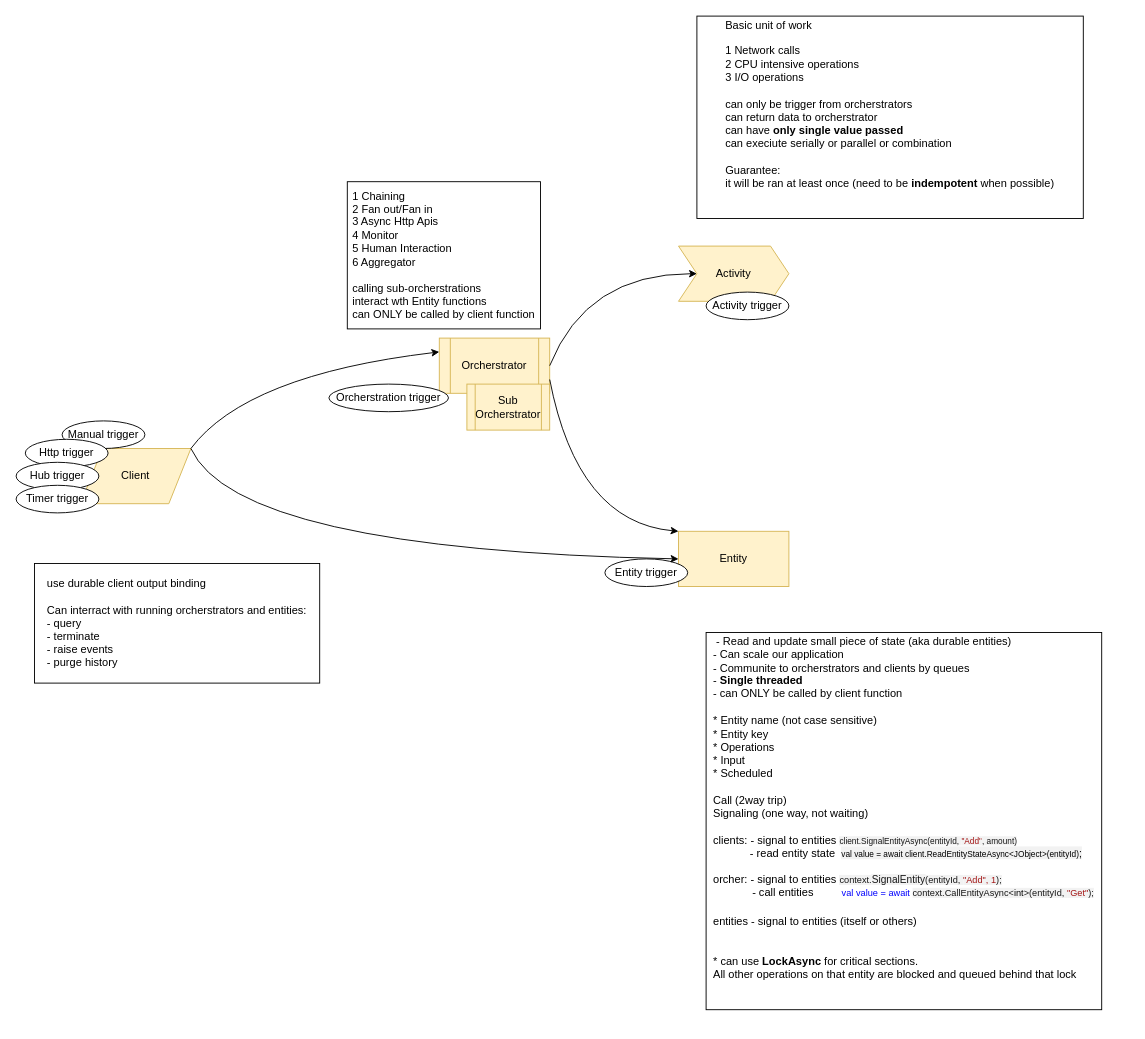
Before: page "Durable Functions" (3 of 4) of docs/AdaPhotoDiagram.drawio in miticv/CloudFiles, a draw.io diagram. Source tidied: cells renumbered, new cells numbered last; positions are measured from the earlier drawing's top-left corner, leaving out a move shared by most shapes. Both pictures are drawn from the tidied source at 92%, with x=0, y=0 at pixel (16, 16).
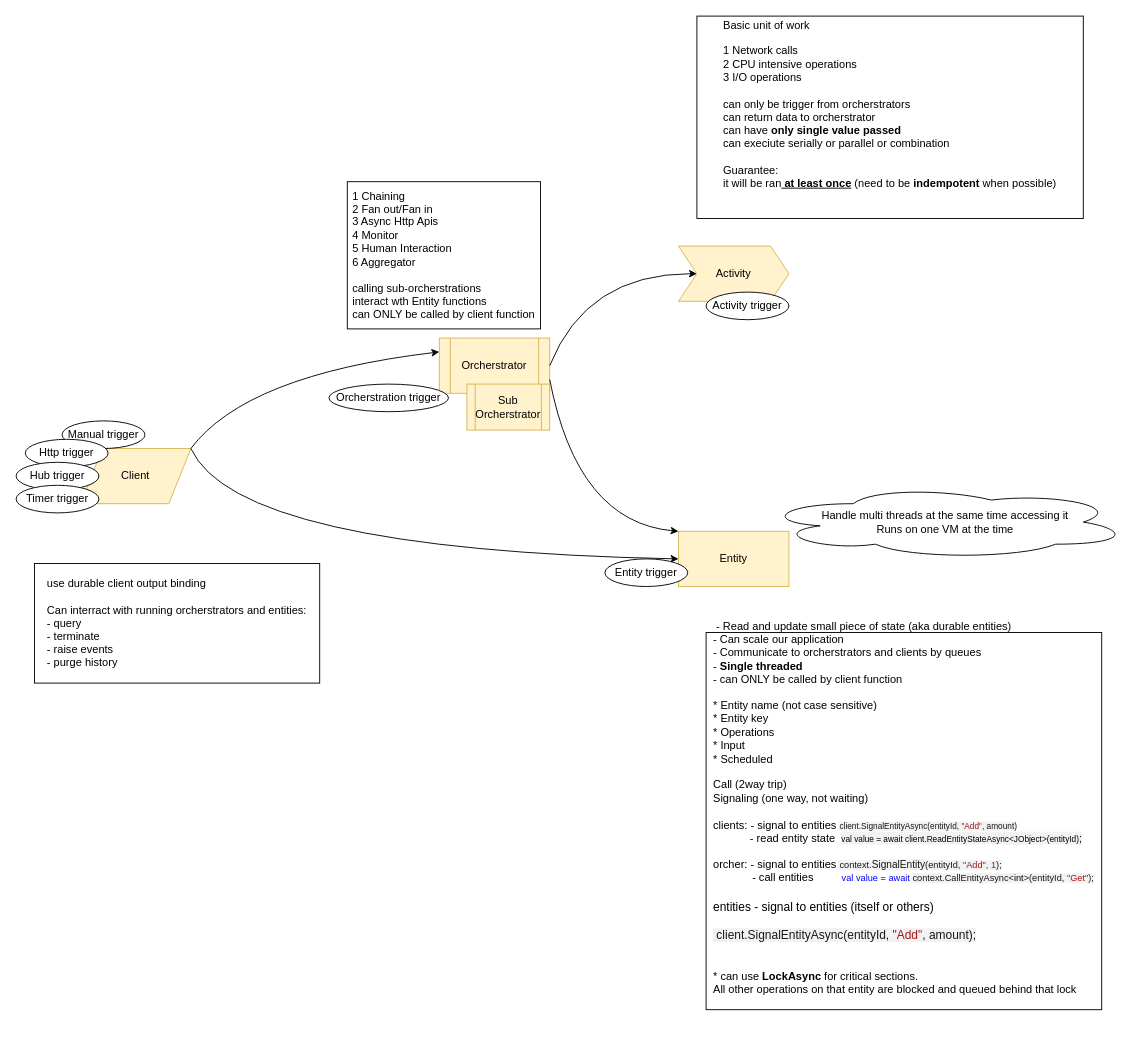
The same page after the edit.

Diff of the diagram source:
```diff
@@
-    <mxCell id="7" value="&lt;div style=&quot;text-align: left&quot;&gt;Basic unit of work&lt;/div&gt;&lt;div style=&quot;text-align: left&quot;&gt;&lt;br&gt;&lt;/div&gt;&lt;div style=&quot;text-align: left&quot;&gt;1 Network calls&lt;/div&gt;&lt;div style=&quot;text-align: left&quot;&gt;2 CPU intensive operations&lt;/div&gt;&lt;div style=&quot;text-align: left&quot;&gt;3 I/O operations&lt;/div&gt;&lt;div style=&quot;text-align: left&quot;&gt;&lt;br&gt;&lt;/div&gt;&lt;div style=&quot;text-align: left&quot;&gt;can only be trigger from orcherstrators&lt;/div&gt;&lt;div style=&quot;text-align: left&quot;&gt;can return data to orcherstrator&lt;/div&gt;&lt;div style=&quot;text-align: left&quot;&gt;can have &lt;b&gt;only single value passed&lt;/b&gt;&lt;/div&gt;&lt;div style=&quot;text-align: left&quot;&gt;can execiute serially or parallel or combination&lt;/div&gt;&lt;div style=&quot;text-align: left&quot;&gt;&lt;br&gt;&lt;/div&gt;&lt;div style=&quot;text-align: left&quot;&gt;Guarantee:&lt;/div&gt;&lt;div style=&quot;text-align: left&quot;&gt;it will be ran at least once (need to be &lt;b&gt;indempotent&lt;/b&gt; when possible)&lt;/div&gt;&lt;div style=&quot;text-align: left&quot;&gt;&lt;br&gt;&lt;/div&gt;&lt;div style=&quot;text-align: left&quot;&gt;&lt;br&gt;&lt;/div&gt;" style="rounded=0;whiteSpace=wrap;html=1;" parent="1" vertex="1">
+    <mxCell id="7" value="&lt;div style=&quot;text-align: left&quot;&gt;Basic unit of work&lt;/div&gt;&lt;div style=&quot;text-align: left&quot;&gt;&lt;br&gt;&lt;/div&gt;&lt;div style=&quot;text-align: left&quot;&gt;1 Network calls&lt;/div&gt;&lt;div style=&quot;text-align: left&quot;&gt;2 CPU intensive operations&lt;/div&gt;&lt;div style=&quot;text-align: left&quot;&gt;3 I/O operations&lt;/div&gt;&lt;div style=&quot;text-align: left&quot;&gt;&lt;br&gt;&lt;/div&gt;&lt;div style=&quot;text-align: left&quot;&gt;can only be trigger from orcherstrators&lt;/div&gt;&lt;div style=&quot;text-align: left&quot;&gt;can return data to orcherstrator&lt;/div&gt;&lt;div style=&quot;text-align: left&quot;&gt;can have &lt;b&gt;only single value passed&lt;/b&gt;&lt;/div&gt;&lt;div style=&quot;text-align: left&quot;&gt;can execiute serially or parallel or combination&lt;/div&gt;&lt;div style=&quot;text-align: left&quot;&gt;&lt;br&gt;&lt;/div&gt;&lt;div style=&quot;text-align: left&quot;&gt;Guarantee:&lt;/div&gt;&lt;div style=&quot;text-align: left&quot;&gt;it will be ran&lt;b&gt;&lt;u&gt; at least once&lt;/u&gt;&lt;/b&gt; (need to be &lt;b&gt;indempotent&lt;/b&gt; when possible)&lt;/div&gt;&lt;div style=&quot;text-align: left&quot;&gt;&lt;br&gt;&lt;/div&gt;&lt;div style=&quot;text-align: left&quot;&gt;&lt;br&gt;&lt;/div&gt;" style="rounded=0;whiteSpace=wrap;html=1;" parent="1" vertex="1">
       <mxGeometry x="740" width="420" height="220" as="geometry" />
     </mxCell>
@@
-    <mxCell id="9" value="&lt;div style=&quot;text-align: left&quot;&gt;&amp;nbsp;- Read and update small piece of state&amp;nbsp;&lt;span&gt;(aka durable entities)&lt;/span&gt;&lt;/div&gt;&lt;div style=&quot;text-align: left&quot;&gt;- Can scale our application&lt;/div&gt;&lt;div style=&quot;text-align: left&quot;&gt;- Communite to orcherstrators and clients by queues&lt;/div&gt;&lt;div style=&quot;text-align: left&quot;&gt;- &lt;b&gt;Single threaded&lt;/b&gt;&lt;/div&gt;&lt;div style=&quot;text-align: left&quot;&gt;- can ONLY be called by client function&lt;b&gt;&lt;br&gt;&lt;/b&gt;&lt;/div&gt;&lt;div style=&quot;text-align: left&quot;&gt;&lt;br&gt;&lt;/div&gt;&lt;div style=&quot;text-align: left&quot;&gt;* Entity name (not case sensitive)&lt;/div&gt;&lt;div style=&quot;text-align: left&quot;&gt;* Entity key&lt;/div&gt;&lt;div style=&quot;text-align: left&quot;&gt;* Operations&lt;/div&gt;&lt;div style=&quot;text-align: left&quot;&gt;* Input&lt;br&gt;* Scheduled&lt;/div&gt;&lt;div style=&quot;text-align: left&quot;&gt;&lt;br&gt;&lt;/div&gt;&lt;div style=&quot;text-align: left&quot;&gt;Call (2way trip)&lt;/div&gt;&lt;div style=&quot;text-align: left&quot;&gt;Signaling (one way, not waiting)&lt;/div&gt;&lt;div style=&quot;text-align: left&quot;&gt;&lt;br&gt;&lt;/div&gt;&lt;div style=&quot;text-align: left&quot;&gt;clients: - signal to entities&amp;nbsp;&lt;span style=&quot;font-size: 9px ; color: rgb(23 , 23 , 23) ; white-space: pre ; background-color: rgb(242 , 242 , 242)&quot;&gt;client.SignalEntityAsync(entityId, &lt;/span&gt;&lt;span class=&quot;hljs-string&quot; style=&quot;font-size: 9px ; box-sizing: inherit ; outline-color: inherit ; color: rgb(163 , 21 , 21) ; white-space: pre ; background-color: rgb(242 , 242 , 242)&quot;&gt;&quot;Add&quot;&lt;/span&gt;&lt;span style=&quot;font-size: 9px ; color: rgb(23 , 23 , 23) ; white-space: pre ; background-color: rgb(242 , 242 , 242)&quot;&gt;, amount)&lt;/span&gt;&lt;/div&gt;&lt;div style=&quot;text-align: left&quot;&gt;&amp;nbsp; &amp;nbsp; &amp;nbsp; &amp;nbsp; &amp;nbsp; &amp;nbsp; - read entity state&amp;nbsp; &lt;span style=&quot;background-color: rgb(242 , 242 , 242) ; white-space: pre&quot;&gt;&lt;font style=&quot;font-size: 9px&quot;&gt;val value = await client.ReadEntityStateAsync&amp;lt;JObject&amp;gt;(entityId)&lt;/font&gt;&lt;span style=&quot;font-size: 11px&quot;&gt;;&lt;/span&gt;&lt;/span&gt;&lt;/div&gt;&lt;div style=&quot;text-align: left&quot;&gt;&lt;br&gt;&lt;/div&gt;&lt;div style=&quot;text-align: left&quot;&gt;orcher: - signal to entities&amp;nbsp;&lt;span style=&quot;font-size: 10px ; color: rgb(23 , 23 , 23) ; white-space: pre ; background-color: rgb(242 , 242 , 242)&quot;&gt;context.&lt;/span&gt;&lt;span style=&quot;color: rgb(23 , 23 , 23) ; font-family: , &amp;#34;consolas&amp;#34; , &amp;#34;liberation mono&amp;#34; , &amp;#34;menlo&amp;#34; , &amp;#34;courier&amp;#34; , monospace ; font-size: 11px ; text-align: center ; white-space: pre ; background-color: rgb(242 , 242 , 242)&quot;&gt;SignalEntity&lt;/span&gt;&lt;span style=&quot;font-size: 10px ; color: rgb(23 , 23 , 23) ; white-space: pre ; background-color: rgb(242 , 242 , 242)&quot;&gt;(entityId, &lt;/span&gt;&lt;span class=&quot;hljs-string&quot; style=&quot;font-size: 10px ; box-sizing: inherit ; outline-color: inherit ; color: rgb(163 , 21 , 21) ; white-space: pre ; background-color: rgb(242 , 242 , 242)&quot;&gt;&quot;Add&quot;, 1&lt;/span&gt;&lt;span style=&quot;font-size: 10px ; color: rgb(23 , 23 , 23) ; white-space: pre ; background-color: rgb(242 , 242 , 242)&quot;&gt;);&lt;/span&gt;&lt;/div&gt;&lt;div style=&quot;text-align: left&quot;&gt;&lt;span style=&quot;font-size: 10px&quot;&gt;&amp;nbsp; &amp;nbsp; &amp;nbsp; &amp;nbsp; &amp;nbsp; &amp;nbsp;&amp;nbsp;&lt;/span&gt;&lt;font style=&quot;font-size: 11px&quot;&gt;&amp;nbsp; &amp;nbsp;&lt;/font&gt;&lt;font style=&quot;font-size: 12px&quot;&gt;- call entities&amp;nbsp; &amp;nbsp; &amp;nbsp;&lt;/font&gt;&lt;span style=&quot;font-size: 10px&quot;&gt;&amp;nbsp; &amp;nbsp;&lt;font color=&quot;#0101fd&quot;&gt;&amp;nbsp; val value = await&amp;nbsp;&lt;/font&gt;&lt;/span&gt;&lt;span style=&quot;font-size: 10px ; color: rgb(23 , 23 , 23) ; white-space: pre ; background-color: rgb(242 , 242 , 242)&quot;&gt;context.CallEntityAsync&amp;lt;&lt;/span&gt;&lt;span class=&quot;hljs-built_in&quot; style=&quot;font-size: 10px ; box-sizing: inherit ; outline-color: inherit ; white-space: pre ; background-color: rgb(242 , 242 , 242)&quot;&gt;int&lt;/span&gt;&lt;span style=&quot;font-size: 10px ; color: rgb(23 , 23 , 23) ; white-space: pre ; background-color: rgb(242 , 242 , 242)&quot;&gt;&amp;gt;(entityId, &lt;/span&gt;&lt;span class=&quot;hljs-string&quot; style=&quot;font-size: 10px ; box-sizing: inherit ; outline-color: inherit ; color: rgb(163 , 21 , 21) ; white-space: pre ; background-color: rgb(242 , 242 , 242)&quot;&gt;&quot;Get&quot;&lt;/span&gt;&lt;span style=&quot;font-size: 10px ; color: rgb(23 , 23 , 23) ; white-space: pre ; background-color: rgb(242 , 242 , 242)&quot;&gt;);&lt;/span&gt;&lt;/div&gt;&lt;span style=&quot;color: rgb(23 , 23 , 23) ; font-family: , &amp;#34;consolas&amp;#34; , &amp;#34;liberation mono&amp;#34; , &amp;#34;menlo&amp;#34; , &amp;#34;courier&amp;#34; , monospace ; font-size: 14px ; white-space: pre ; background-color: rgb(242 , 242 , 242)&quot;&gt;&lt;br&gt;&lt;/span&gt;&lt;div style=&quot;text-align: left&quot;&gt;&lt;span&gt;entities - signal to entities (itself or others)&lt;/span&gt;&lt;br&gt;&lt;/div&gt;&lt;div style=&quot;text-align: left&quot;&gt;&lt;br&gt;&lt;/div&gt;&lt;div style=&quot;text-align: left&quot;&gt;&lt;br&gt;&lt;/div&gt;&lt;div style=&quot;text-align: left&quot;&gt;* can use &lt;b&gt;LockAsync&lt;/b&gt; for critical sections.&lt;br&gt;All other operations on that entity are blocked and queued behind that lock&lt;/div&gt;&lt;div style=&quot;text-align: left&quot;&gt;&lt;br&gt;&lt;/div&gt;&lt;div style=&quot;text-align: left&quot;&gt;&lt;br&gt;&lt;/div&gt;" style="rounded=0;whiteSpace=wrap;html=1;" parent="1" vertex="1">
+    <mxCell id="9" value="&lt;div style=&quot;text-align: left&quot;&gt;&amp;nbsp;- Read and update small piece of state&amp;nbsp;&lt;span&gt;(aka durable entities)&lt;/span&gt;&lt;/div&gt;&lt;div style=&quot;text-align: left&quot;&gt;- Can scale our application&lt;/div&gt;&lt;div style=&quot;text-align: left&quot;&gt;- Communicate to orcherstrators and clients by queues&lt;/div&gt;&lt;div style=&quot;text-align: left&quot;&gt;- &lt;b&gt;Single threaded&lt;/b&gt;&lt;/div&gt;&lt;div style=&quot;text-align: left&quot;&gt;- can ONLY be called by client function&lt;b&gt;&lt;br&gt;&lt;/b&gt;&lt;/div&gt;&lt;div style=&quot;text-align: left&quot;&gt;&lt;br&gt;&lt;/div&gt;&lt;div style=&quot;text-align: left&quot;&gt;* Entity name (not case sensitive)&lt;/div&gt;&lt;div style=&quot;text-align: left&quot;&gt;* Entity key&lt;/div&gt;&lt;div style=&quot;text-align: left&quot;&gt;* Operations&lt;/div&gt;&lt;div style=&quot;text-align: left&quot;&gt;* Input&lt;br&gt;* Scheduled&lt;/div&gt;&lt;div style=&quot;text-align: left&quot;&gt;&lt;br&gt;&lt;/div&gt;&lt;div style=&quot;text-align: left&quot;&gt;Call (2way trip)&lt;/div&gt;&lt;div style=&quot;text-align: left&quot;&gt;Signaling (one way, not waiting)&lt;/div&gt;&lt;div style=&quot;text-align: left&quot;&gt;&lt;br&gt;&lt;/div&gt;&lt;div style=&quot;text-align: left&quot;&gt;clients: - signal to entities&amp;nbsp;&lt;span style=&quot;font-size: 9px ; color: rgb(23 , 23 , 23) ; white-space: pre ; background-color: rgb(242 , 242 , 242)&quot;&gt;client.SignalEntityAsync(entityId, &lt;/span&gt;&lt;span class=&quot;hljs-string&quot; style=&quot;font-size: 9px ; box-sizing: inherit ; outline-color: inherit ; color: rgb(163 , 21 , 21) ; white-space: pre ; background-color: rgb(242 , 242 , 242)&quot;&gt;&quot;Add&quot;&lt;/span&gt;&lt;span style=&quot;font-size: 9px ; color: rgb(23 , 23 , 23) ; white-space: pre ; background-color: rgb(242 , 242 , 242)&quot;&gt;, amount)&lt;/span&gt;&lt;/div&gt;&lt;div style=&quot;text-align: left&quot;&gt;&amp;nbsp; &amp;nbsp; &amp;nbsp; &amp;nbsp; &amp;nbsp; &amp;nbsp; - read entity state&amp;nbsp; &lt;span style=&quot;background-color: rgb(242 , 242 , 242) ; white-space: pre&quot;&gt;&lt;font style=&quot;font-size: 9px&quot;&gt;val value = await client.ReadEntityStateAsync&amp;lt;JObject&amp;gt;(entityId)&lt;/font&gt;&lt;span style=&quot;font-size: 11px&quot;&gt;;&lt;/span&gt;&lt;/span&gt;&lt;/div&gt;&lt;div style=&quot;text-align: left&quot;&gt;&lt;br&gt;&lt;/div&gt;&lt;div style=&quot;text-align: left&quot;&gt;orcher: - signal to entities&amp;nbsp;&lt;span style=&quot;font-size: 10px ; color: rgb(23 , 23 , 23) ; white-space: pre ; background-color: rgb(242 , 242 , 242)&quot;&gt;context.&lt;/span&gt;&lt;span style=&quot;color: rgb(23 , 23 , 23) ; font-family: , &amp;#34;consolas&amp;#34; , &amp;#34;liberation mono&amp;#34; , &amp;#34;menlo&amp;#34; , &amp;#34;courier&amp;#34; , monospace ; font-size: 11px ; text-align: center ; white-space: pre ; background-color: rgb(242 , 242 , 242)&quot;&gt;SignalEntity&lt;/span&gt;&lt;span style=&quot;font-size: 10px ; color: rgb(23 , 23 , 23) ; white-space: pre ; background-color: rgb(242 , 242 , 242)&quot;&gt;(entityId, &lt;/span&gt;&lt;span class=&quot;hljs-string&quot; style=&quot;font-size: 10px ; box-sizing: inherit ; outline-color: inherit ; color: rgb(163 , 21 , 21) ; white-space: pre ; background-color: rgb(242 , 242 , 242)&quot;&gt;&quot;Add&quot;, 1&lt;/span&gt;&lt;span style=&quot;font-size: 10px ; color: rgb(23 , 23 , 23) ; white-space: pre ; background-color: rgb(242 , 242 , 242)&quot;&gt;);&lt;/span&gt;&lt;/div&gt;&lt;div style=&quot;text-align: left&quot;&gt;&lt;span style=&quot;font-size: 10px&quot;&gt;&amp;nbsp; &amp;nbsp; &amp;nbsp; &amp;nbsp; &amp;nbsp; &amp;nbsp;&amp;nbsp;&lt;/span&gt;&lt;font style=&quot;font-size: 11px&quot;&gt;&amp;nbsp; &amp;nbsp;&lt;/font&gt;&lt;font style=&quot;font-size: 12px&quot;&gt;- call entities&amp;nbsp; &amp;nbsp; &amp;nbsp;&lt;/font&gt;&lt;span style=&quot;font-size: 10px&quot;&gt;&amp;nbsp; &amp;nbsp;&lt;font color=&quot;#0101fd&quot;&gt;&amp;nbsp; val value = await&amp;nbsp;&lt;/font&gt;&lt;/span&gt;&lt;span style=&quot;font-size: 10px ; color: rgb(23 , 23 , 23) ; white-space: pre ; background-color: rgb(242 , 242 , 242)&quot;&gt;context.CallEntityAsync&amp;lt;&lt;/span&gt;&lt;span class=&quot;hljs-built_in&quot; style=&quot;font-size: 10px ; box-sizing: inherit ; outline-color: inherit ; white-space: pre ; background-color: rgb(242 , 242 , 242)&quot;&gt;int&lt;/span&gt;&lt;span style=&quot;font-size: 10px ; color: rgb(23 , 23 , 23) ; white-space: pre ; background-color: rgb(242 , 242 , 242)&quot;&gt;&amp;gt;(entityId, &lt;/span&gt;&lt;span class=&quot;hljs-string&quot; style=&quot;font-size: 10px ; box-sizing: inherit ; outline-color: inherit ; color: rgb(163 , 21 , 21) ; white-space: pre ; background-color: rgb(242 , 242 , 242)&quot;&gt;&quot;Get&quot;&lt;/span&gt;&lt;span style=&quot;font-size: 10px ; color: rgb(23 , 23 , 23) ; white-space: pre ; background-color: rgb(242 , 242 , 242)&quot;&gt;);&lt;/span&gt;&lt;/div&gt;&lt;span style=&quot;color: rgb(23 , 23 , 23) ; font-family: , &amp;#34;consolas&amp;#34; , &amp;#34;liberation mono&amp;#34; , &amp;#34;menlo&amp;#34; , &amp;#34;courier&amp;#34; , monospace ; font-size: 14px ; white-space: pre ; background-color: rgb(242 , 242 , 242)&quot;&gt;&lt;br&gt;&lt;/span&gt;&lt;div style=&quot;text-align: left ; font-size: 13px&quot;&gt;&lt;span&gt;entities - signal to entities (itself or others)&lt;/span&gt;&lt;/div&gt;&lt;div style=&quot;text-align: left ; font-size: 13px&quot;&gt;&lt;span&gt;&lt;br&gt;&lt;/span&gt;&lt;span style=&quot;color: rgb(23 , 23 , 23) ; font-family: , &amp;#34;consolas&amp;#34; , &amp;#34;liberation mono&amp;#34; , &amp;#34;menlo&amp;#34; , &amp;#34;courier&amp;#34; , monospace ; white-space: pre ; background-color: rgb(242 , 242 , 242)&quot;&gt; client.SignalEntityAsync(entityId, &lt;/span&gt;&lt;span class=&quot;hljs-string&quot; style=&quot;box-sizing: inherit ; outline-color: inherit ; color: rgb(163 , 21 , 21) ; font-family: , &amp;#34;consolas&amp;#34; , &amp;#34;liberation mono&amp;#34; , &amp;#34;menlo&amp;#34; , &amp;#34;courier&amp;#34; , monospace ; white-space: pre ; background-color: rgb(242 , 242 , 242)&quot;&gt;&quot;Add&quot;&lt;/span&gt;&lt;span style=&quot;color: rgb(23 , 23 , 23) ; font-family: , &amp;#34;consolas&amp;#34; , &amp;#34;liberation mono&amp;#34; , &amp;#34;menlo&amp;#34; , &amp;#34;courier&amp;#34; , monospace ; white-space: pre ; background-color: rgb(242 , 242 , 242)&quot;&gt;, amount);&lt;/span&gt;&lt;br&gt;&lt;/div&gt;&lt;div style=&quot;text-align: left&quot;&gt;&lt;br&gt;&lt;/div&gt;&lt;div style=&quot;text-align: left&quot;&gt;&lt;br&gt;&lt;/div&gt;&lt;div style=&quot;text-align: left&quot;&gt;* can use &lt;b&gt;LockAsync&lt;/b&gt; for critical sections.&lt;br&gt;All other operations on that entity are blocked and queued behind that lock&lt;/div&gt;&lt;div style=&quot;text-align: left&quot;&gt;&lt;br&gt;&lt;/div&gt;&lt;div style=&quot;text-align: left&quot;&gt;&lt;br&gt;&lt;/div&gt;" style="rounded=0;whiteSpace=wrap;html=1;" parent="1" vertex="1">
       <mxGeometry x="750" y="670" width="430" height="410" as="geometry" />
     </mxCell>
@@
+    <mxCell id="22" value="Handle multi threads at the same time accessing it&lt;br&gt;Runs on one VM at the time" style="ellipse;shape=cloud;whiteSpace=wrap;html=1;" parent="1" vertex="1">
+      <mxGeometry x="810" y="510" width="400" height="80" as="geometry" />
+    </mxCell>
```
